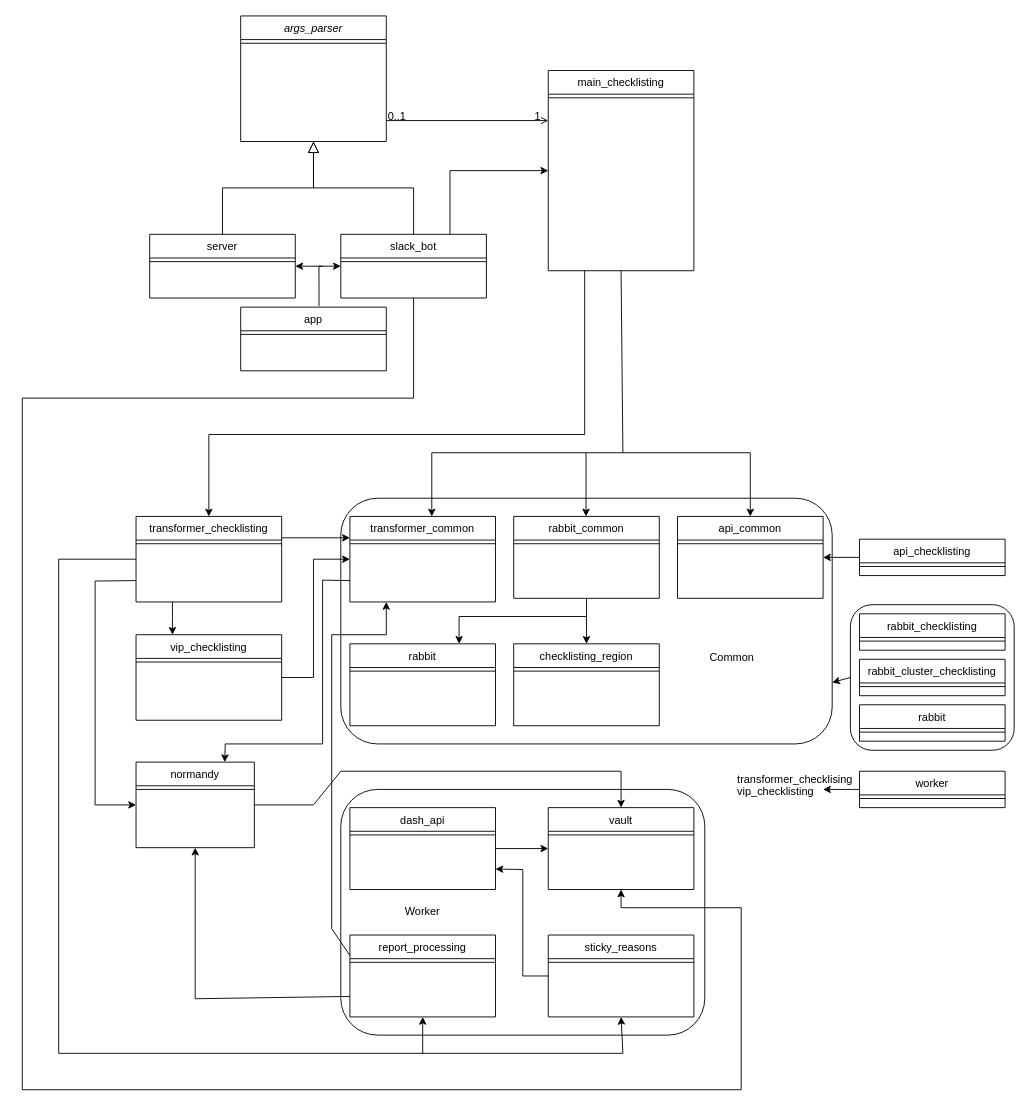
Above: page "Page-1" (1 of 2) of checklisting.drawio in KonSprin/Courses (draw.io), before the change. Source tidied: cells renumbered, new cells numbered last; positions are measured from the earlier drawing's top-left corner, leaving out a move shared by most shapes. Both pictures are drawn from the tidied source at 91%, with x=0, y=0 at pixel (22, 15).
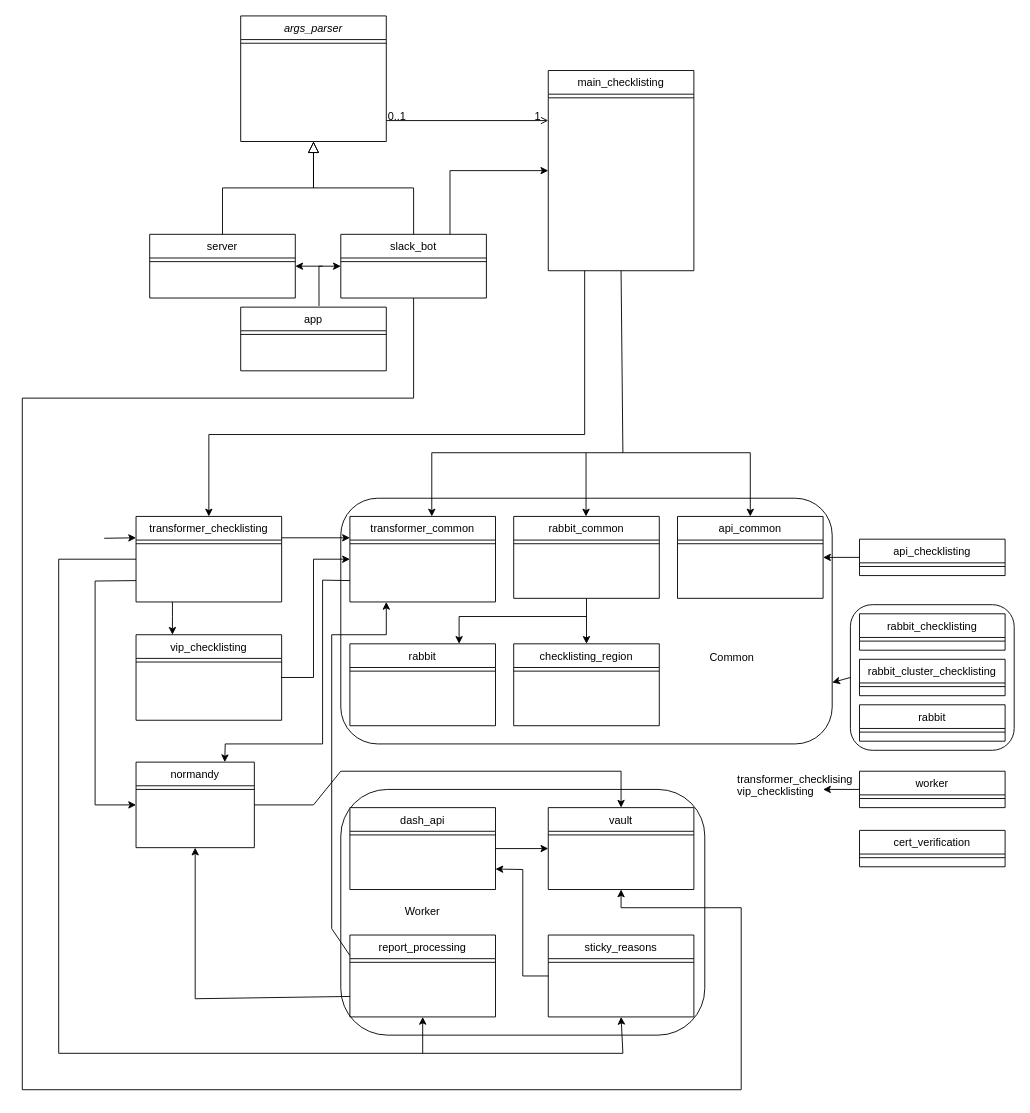
Above is the later version.

Unchanged cells that the change refers to:
```xml
<mxCell id="29" value="transformer_checklisting" style="swimlane;fontStyle=0;align=center;verticalAlign=top;horizontal=1;startSize=26;rounded=0;shadow=0;strokeWidth=1;" parent="1" vertex="1">
  <mxGeometry x="125" y="550" width="160" height="94" as="geometry" />
</mxCell>
```

Change to the diagram source:
```diff
@@
-    <mxCell id="52" style="rounded=1;whiteSpace=wrap;html=1;" parent="1" vertex="1">
+    <mxCell id="52" style="rounded=1;whiteSpace=wrap;html=1;arcSize=19;" parent="1" vertex="1">
       <mxGeometry x="350" y="850" width="400" height="270" as="geometry" />
     </mxCell>
@@
+    <mxCell id="84" value="cert_verification" style="swimlane;fontStyle=0;align=center;verticalAlign=top;horizontal=1;startSize=26;rounded=0;shadow=0;strokeWidth=1;" parent="1" vertex="1">
+      <mxGeometry x="920" y="895" width="160" height="40" as="geometry" />
+    </mxCell>
+    <mxCell id="85" style="line;html=1;strokeWidth=1;align=left;verticalAlign=middle;spacingTop=-1;spacingLeft=3;spacingRight=3;labelPosition=right;" parent="84" vertex="1">
+      <mxGeometry y="26" width="160" height="8" as="geometry" />
+    </mxCell>
+    <mxCell id="86" style="endArrow=classic;html=1;rounded=0;entryX=0;entryY=0.25;entryDx=0;entryDy=0;" parent="1" edge="1" target="29">
+      <mxGeometry relative="1" as="geometry">
+        <mxPoint x="90" y="574" as="sourcePoint" />
+      </mxGeometry>
+    </mxCell>
```
